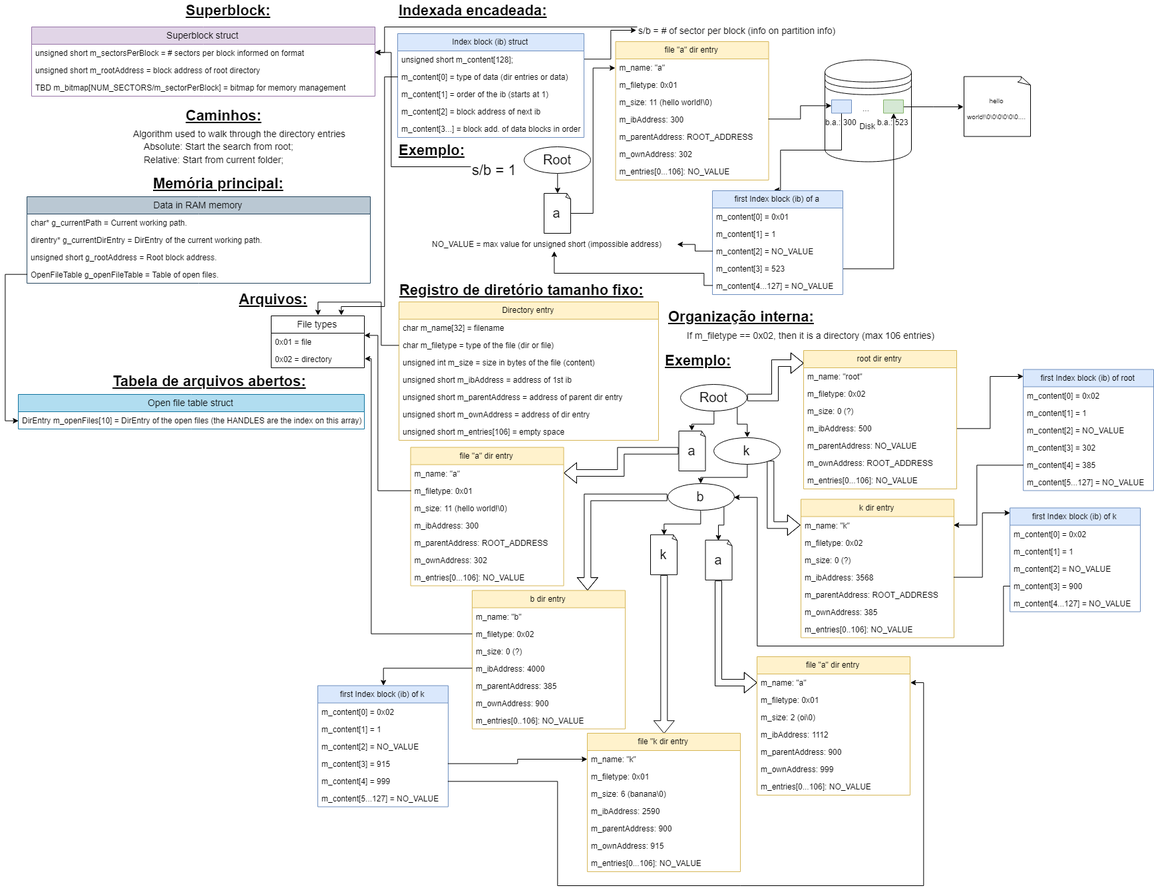
This is arquitetura.png from azhow/SISOPI-T2FS, a draw.io export, as it was before one commit. Source tidied: cells renumbered, new cells last; positions are measured from the earlier drawing's top-left corner, leaving out a move shared by most shapes.
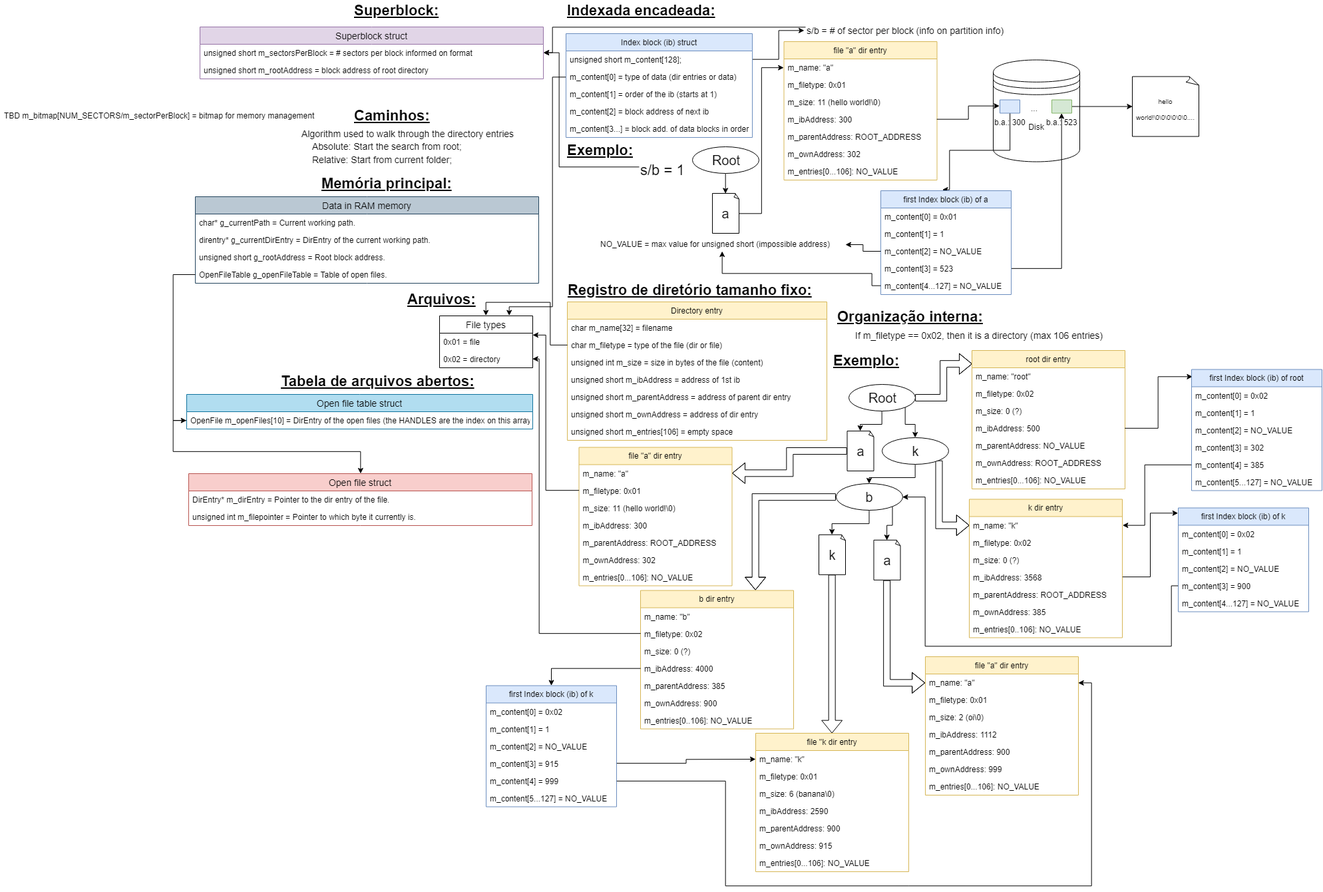
After the commit.

Commit message:
updated architecture and diagram

The edit, as a diff of the source:
```diff
@@ -377,7 +377,7 @@
       <mxGeometry x="250" width="140" height="20" as="geometry" />
     </mxCell>
     <mxCell id="118" value="Superblock struct" style="swimlane;fontStyle=0;horizontal=1;startSize=26;fillColor=#e1d5e7;rounded=0;shadow=0;glass=0;comic=0;fontSize=14;strokeColor=#9673a6;" parent="1" vertex="1">
-      <mxGeometry x="20" y="40" width="516" height="104" as="geometry" />
+      <mxGeometry x="20" y="40" width="516" height="78" as="geometry" />
     </mxCell>
     <mxCell id="119" value="unsigned short m_sectorsPerBlock = # sectors per block informed on format" style="text;strokeColor=none;fillColor=none;align=left;verticalAlign=top;spacingLeft=4;spacingRight=4;overflow=hidden;points=[[0,0.5],[1,0.5]];portConstraint=eastwest;" parent="118" vertex="1">
       <mxGeometry y="26" width="516" height="26" as="geometry" />
@@ -385,9 +385,6 @@
     <mxCell id="120" value="unsigned short m_rootAddress = block address of root directory" style="text;strokeColor=none;fillColor=none;align=left;verticalAlign=top;spacingLeft=4;spacingRight=4;overflow=hidden;" parent="118" vertex="1">
       <mxGeometry y="52" width="516" height="26" as="geometry" />
     </mxCell>
-    <mxCell id="121" value="TBD m_bitmap[NUM_SECTORS/m_sectorPerBlock] = bitmap for memory management" style="text;strokeColor=none;fillColor=none;align=left;verticalAlign=top;spacingLeft=4;spacingRight=4;overflow=hidden;" parent="118" vertex="1">
-      <mxGeometry y="78" width="516" height="26" as="geometry" />
-    </mxCell>
     <mxCell id="122" style="edgeStyle=orthogonalEdgeStyle;rounded=0;jettySize=auto;html=1;exitX=0;exitY=0.5;exitDx=0;exitDy=0;entryX=0.5;entryY=0;entryDx=0;entryDy=0;fontSize=14;" parent="1" edge="1" source="39" target="114">
       <mxGeometry relative="1" as="geometry" />
     </mxCell>
@@ -443,7 +440,7 @@
     <mxCell id="136" value="Open file table struct" style="swimlane;fontStyle=0;horizontal=1;startSize=26;fillColor=#b1ddf0;rounded=0;shadow=0;glass=0;comic=0;fontSize=14;strokeColor=#10739e;" parent="1" vertex="1">
       <mxGeometry y="592" width="520" height="52" as="geometry" />
     </mxCell>
-    <mxCell id="137" value="DirEntry m_openFiles[10] = DirEntry of the open files (the HANDLES are the index on this array)" style="text;strokeColor=none;fillColor=none;align=left;verticalAlign=top;spacingLeft=4;spacingRight=4;overflow=hidden;points=[[0,0.5],[1,0.5]];portConstraint=eastwest;" parent="136" vertex="1">
+    <mxCell id="137" value="OpenFile m_openFiles[10] = DirEntry of the open files (the HANDLES are the index on this array)" style="text;strokeColor=none;fillColor=none;align=left;verticalAlign=top;spacingLeft=4;spacingRight=4;overflow=hidden;points=[[0,0.5],[1,0.5]];portConstraint=eastwest;" parent="136" vertex="1">
       <mxGeometry y="26" width="520" height="26" as="geometry" />
     </mxCell>
     <mxCell id="138" style="edgeStyle=orthogonalEdgeStyle;rounded=0;jettySize=auto;html=1;exitX=0;exitY=0.5;exitDx=0;exitDy=0;entryX=0;entryY=0.5;entryDx=0;entryDy=0;fontSize=14;" parent="1" edge="1" source="134" target="137">
@@ -587,5 +584,20 @@
         </Array>
       </mxGeometry>
     </mxCell>
+    <mxCell id="121" value="TBD m_bitmap[NUM_SECTORS/m_sectorPerBlock] = bitmap for memory management" style="text;strokeColor=none;fillColor=none;align=left;verticalAlign=top;spacingLeft=4;spacingRight=4;overflow=hidden;" parent="1" vertex="1">
+      <mxGeometry x="-280" y="159.5" width="516" height="26" as="geometry" />
+    </mxCell>
+    <mxCell id="176" value="Open file struct" style="swimlane;fontStyle=0;horizontal=1;startSize=26;fillColor=#f8cecc;rounded=0;shadow=0;glass=0;comic=0;fontSize=14;strokeColor=#b85450;" parent="1" vertex="1">
+      <mxGeometry x="3" y="711" width="516" height="78" as="geometry" />
+    </mxCell>
+    <mxCell id="177" value="DirEntry* m_dirEntry = Pointer to the dir entry of the file." style="text;strokeColor=none;fillColor=none;align=left;verticalAlign=top;spacingLeft=4;spacingRight=4;overflow=hidden;" parent="176" vertex="1">
+      <mxGeometry y="26" width="516" height="26" as="geometry" />
+    </mxCell>
+    <mxCell id="178" value="unsigned int m_filepointer = Pointer to which byte it currently is." style="text;strokeColor=none;fillColor=none;align=left;verticalAlign=top;spacingLeft=4;spacingRight=4;overflow=hidden;" parent="176" vertex="1">
+      <mxGeometry y="52" width="516" height="26" as="geometry" />
+    </mxCell>
+    <mxCell id="179" style="edgeStyle=orthogonalEdgeStyle;rounded=0;jettySize=auto;html=1;exitX=0;exitY=0.5;exitDx=0;exitDy=0;" parent="1" edge="1" source="137" target="176">
+      <mxGeometry relative="1" as="geometry" />
+    </mxCell>
   </root>
 </mxGraphModel>
```
